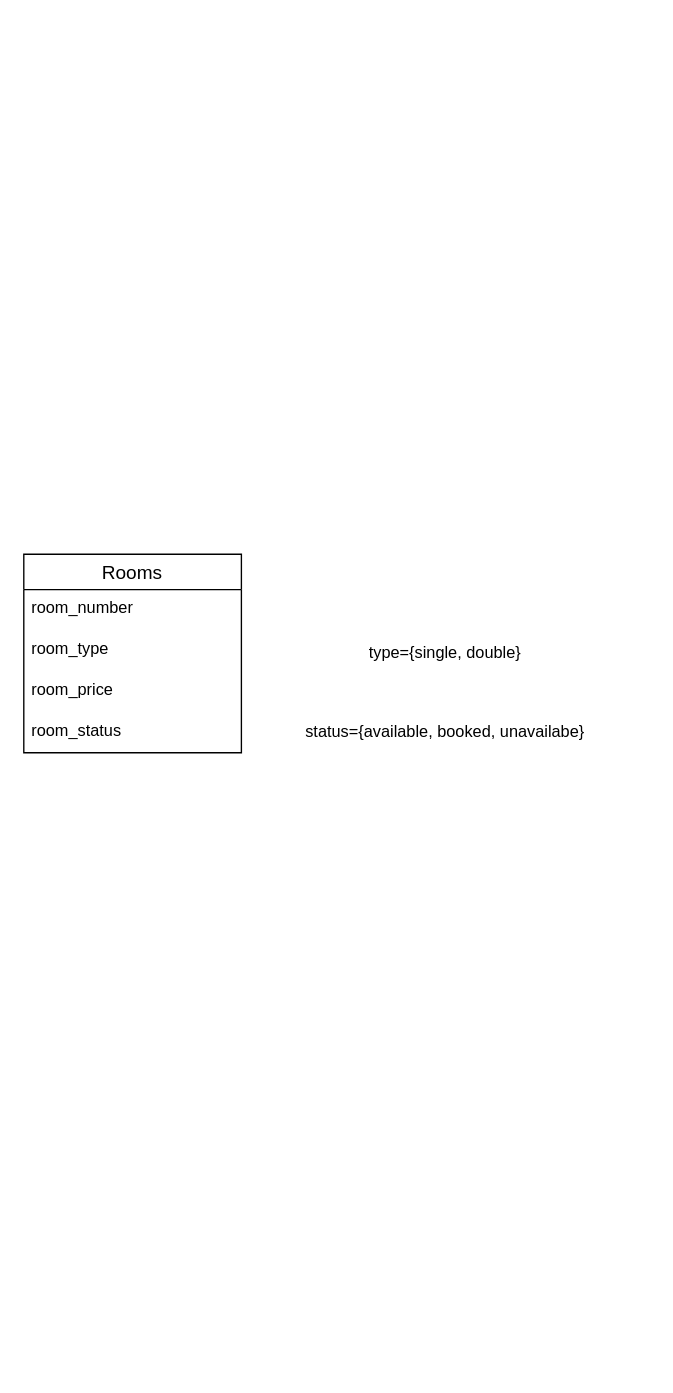
Before: er_dia/simple_booking.drawio in chillin9panda/Simple-Booking, a draw.io diagram. Source tidied: cells renumbered, new cells numbered last; positions are measured from the earlier drawing's top-left corner, leaving out a move shared by most shapes. Both pictures are drawn from the tidied source at 136%, with x=0, y=0 at pixel (23, 554).
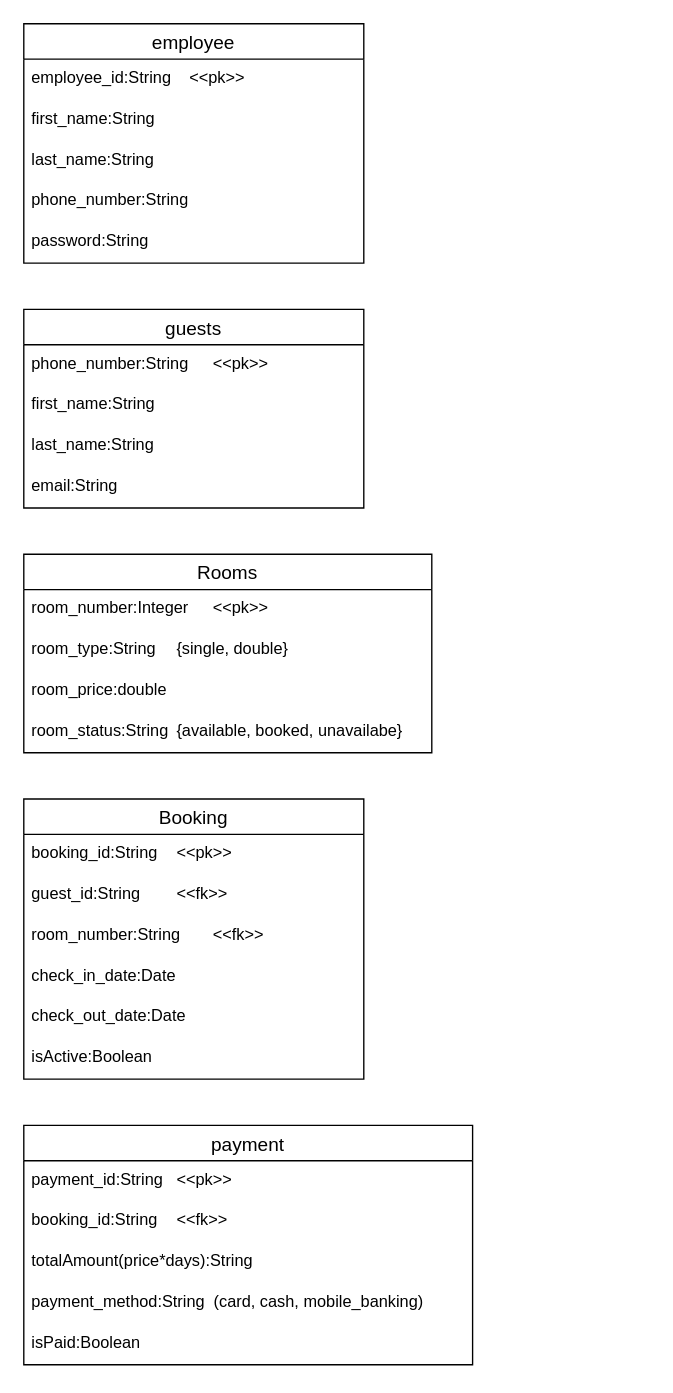
The same page after the edit.

Commit message (it also covers changes not shown here):
Added er diagrams for db tables

The edit, as a diff of the source:
```diff
@@
     <mxCell id="2" value="Rooms" style="swimlane;fontStyle=0;horizontal=1;startSize=26;align=center;fontSize=14;" parent="1" vertex="1">
-      <mxGeometry width="160" height="146" as="geometry" />
+      <mxGeometry width="300" height="146" as="geometry" />
     </mxCell>
-    <mxCell id="3" value="room_number" style="text;strokeColor=none;fillColor=none;spacingLeft=4;spacingRight=4;overflow=hidden;fontSize=12;whiteSpace=wrap;html=1;" parent="2" vertex="1">
-      <mxGeometry y="26" width="160" height="30" as="geometry" />
+    <mxCell id="3" value="room_number:Integer&lt;span style=&quot;white-space: pre;&quot;&gt;&#9;&lt;/span&gt;&amp;lt;&amp;lt;pk&amp;gt;&amp;gt;" style="text;strokeColor=none;fillColor=none;spacingLeft=4;spacingRight=4;overflow=hidden;fontSize=12;whiteSpace=wrap;html=1;" parent="2" vertex="1">
+      <mxGeometry y="26" width="300" height="30" as="geometry" />
     </mxCell>
-    <mxCell id="4" value="room_type" style="text;strokeColor=none;fillColor=none;spacingLeft=4;spacingRight=4;overflow=hidden;fontSize=12;whiteSpace=wrap;html=1;" parent="2" vertex="1">
-      <mxGeometry y="56" width="160" height="30" as="geometry" />
+    <mxCell id="4" value="room_type:String&lt;span style=&quot;white-space: pre;&quot;&gt;&#9;&lt;/span&gt;&lt;span style=&quot;text-align: center;&quot;&gt;{single, double}&lt;/span&gt;" style="text;strokeColor=none;fillColor=none;spacingLeft=4;spacingRight=4;overflow=hidden;fontSize=12;whiteSpace=wrap;html=1;" parent="2" vertex="1">
+      <mxGeometry y="56" width="300" height="30" as="geometry" />
     </mxCell>
-    <mxCell id="5" value="room_price" style="text;strokeColor=none;fillColor=none;spacingLeft=4;spacingRight=4;overflow=hidden;fontSize=12;whiteSpace=wrap;html=1;" parent="2" vertex="1">
-      <mxGeometry y="86" width="160" height="30" as="geometry" />
+    <mxCell id="5" value="room_price:double" style="text;strokeColor=none;fillColor=none;spacingLeft=4;spacingRight=4;overflow=hidden;fontSize=12;whiteSpace=wrap;html=1;" parent="2" vertex="1">
+      <mxGeometry y="86" width="300" height="30" as="geometry" />
     </mxCell>
-    <mxCell id="6" value="room_status" style="text;strokeColor=none;fillColor=none;spacingLeft=4;spacingRight=4;overflow=hidden;fontSize=12;whiteSpace=wrap;html=1;" parent="2" vertex="1">
-      <mxGeometry y="116" width="160" height="30" as="geometry" />
+    <mxCell id="6" value="room_status:String&lt;span style=&quot;white-space: pre;&quot;&gt;&#9;&lt;/span&gt;&lt;span style=&quot;text-align: center;&quot;&gt;{available, booked, unavailabe}&lt;/span&gt;" style="text;strokeColor=none;fillColor=none;spacingLeft=4;spacingRight=4;overflow=hidden;fontSize=12;whiteSpace=wrap;html=1;" parent="2" vertex="1">
+      <mxGeometry y="116" width="300" height="30" as="geometry" />
     </mxCell>
-    <mxCell id="7" value="status={available, booked, unavailabe}" style="text;html=1;align=center;verticalAlign=middle;whiteSpace=wrap;rounded=0;" parent="1" vertex="1">
-      <mxGeometry x="160" y="116" width="300" height="30" as="geometry" />
-    </mxCell>
-    <mxCell id="8" value="type={single, double}" style="text;html=1;align=center;verticalAlign=middle;whiteSpace=wrap;rounded=0;" parent="1" vertex="1">
-      <mxGeometry x="160" y="58" width="300" height="30" as="geometry" />
-    </mxCell>
+    <mxCell id="9" value="employee" style="swimlane;fontStyle=0;horizontal=1;startSize=26;align=center;fontSize=14;" parent="1" vertex="1">
+      <mxGeometry y="-390" width="250" height="176" as="geometry" />
+    </mxCell>
+    <mxCell id="10" value="employee_id:String&amp;nbsp; &amp;nbsp; &amp;lt;&amp;lt;pk&amp;gt;&amp;gt;" style="text;strokeColor=none;fillColor=none;spacingLeft=4;spacingRight=4;overflow=hidden;fontSize=12;whiteSpace=wrap;html=1;" parent="9" vertex="1">
+      <mxGeometry y="26" width="250" height="30" as="geometry" />
+    </mxCell>
+    <mxCell id="11" value="first_name:String" style="text;strokeColor=none;fillColor=none;spacingLeft=4;spacingRight=4;overflow=hidden;fontSize=12;whiteSpace=wrap;html=1;" parent="9" vertex="1">
+      <mxGeometry y="56" width="250" height="30" as="geometry" />
+    </mxCell>
+    <mxCell id="12" value="last_name:String" style="text;strokeColor=none;fillColor=none;spacingLeft=4;spacingRight=4;overflow=hidden;fontSize=12;whiteSpace=wrap;html=1;" parent="9" vertex="1">
+      <mxGeometry y="86" width="250" height="30" as="geometry" />
+    </mxCell>
+    <mxCell id="13" value="phone_number:String" style="text;strokeColor=none;fillColor=none;spacingLeft=4;spacingRight=4;overflow=hidden;fontSize=12;whiteSpace=wrap;html=1;" parent="9" vertex="1">
+      <mxGeometry y="116" width="250" height="30" as="geometry" />
+    </mxCell>
+    <mxCell id="14" value="password:String" style="text;strokeColor=none;fillColor=none;spacingLeft=4;spacingRight=4;overflow=hidden;fontSize=12;whiteSpace=wrap;html=1;" parent="9" vertex="1">
+      <mxGeometry y="146" width="250" height="30" as="geometry" />
+    </mxCell>
+    <mxCell id="15" value="guests" style="swimlane;fontStyle=0;horizontal=1;startSize=26;align=center;fontSize=14;" parent="1" vertex="1">
+      <mxGeometry y="-180" width="250" height="146" as="geometry" />
+    </mxCell>
+    <mxCell id="16" value="phone_number:String&lt;span style=&quot;white-space: pre;&quot;&gt;&#9;&lt;/span&gt;&amp;lt;&amp;lt;pk&amp;gt;&amp;gt;" style="text;strokeColor=none;fillColor=none;spacingLeft=4;spacingRight=4;overflow=hidden;fontSize=12;whiteSpace=wrap;html=1;" parent="15" vertex="1">
+      <mxGeometry y="26" width="250" height="30" as="geometry" />
+    </mxCell>
+    <mxCell id="17" value="first_name:String" style="text;strokeColor=none;fillColor=none;spacingLeft=4;spacingRight=4;overflow=hidden;fontSize=12;whiteSpace=wrap;html=1;" parent="15" vertex="1">
+      <mxGeometry y="56" width="250" height="30" as="geometry" />
+    </mxCell>
+    <mxCell id="18" value="last_name:String" style="text;strokeColor=none;fillColor=none;spacingLeft=4;spacingRight=4;overflow=hidden;fontSize=12;whiteSpace=wrap;html=1;" parent="15" vertex="1">
+      <mxGeometry y="86" width="250" height="30" as="geometry" />
+    </mxCell>
+    <mxCell id="19" value="email:String" style="text;strokeColor=none;fillColor=none;spacingLeft=4;spacingRight=4;overflow=hidden;fontSize=12;whiteSpace=wrap;html=1;" parent="15" vertex="1">
+      <mxGeometry y="116" width="250" height="30" as="geometry" />
+    </mxCell>
+    <mxCell id="20" value="Booking" style="swimlane;fontStyle=0;horizontal=1;startSize=26;align=center;fontSize=14;" parent="1" vertex="1">
+      <mxGeometry y="180" width="250" height="206" as="geometry" />
+    </mxCell>
+    <mxCell id="21" value="booking_id:String&lt;span style=&quot;white-space: pre;&quot;&gt;&#9;&lt;/span&gt;&amp;lt;&amp;lt;pk&amp;gt;&amp;gt;" style="text;strokeColor=none;fillColor=none;spacingLeft=4;spacingRight=4;overflow=hidden;fontSize=12;whiteSpace=wrap;html=1;" parent="20" vertex="1">
+      <mxGeometry y="26" width="250" height="30" as="geometry" />
+    </mxCell>
+    <mxCell id="22" value="guest_id:String&lt;span style=&quot;white-space: pre;&quot;&gt;&#9;&lt;/span&gt;&amp;lt;&amp;lt;fk&amp;gt;&amp;gt;" style="text;strokeColor=none;fillColor=none;spacingLeft=4;spacingRight=4;overflow=hidden;fontSize=12;whiteSpace=wrap;html=1;" parent="20" vertex="1">
+      <mxGeometry y="56" width="250" height="30" as="geometry" />
+    </mxCell>
+    <mxCell id="23" value="room_number:String&lt;span style=&quot;white-space: pre;&quot;&gt;&#9;&lt;/span&gt;&amp;lt;&amp;lt;fk&amp;gt;&amp;gt;" style="text;strokeColor=none;fillColor=none;spacingLeft=4;spacingRight=4;overflow=hidden;fontSize=12;whiteSpace=wrap;html=1;" parent="20" vertex="1">
+      <mxGeometry y="86" width="250" height="30" as="geometry" />
+    </mxCell>
+    <mxCell id="24" value="check_in_date:Date" style="text;strokeColor=none;fillColor=none;spacingLeft=4;spacingRight=4;overflow=hidden;fontSize=12;whiteSpace=wrap;html=1;" parent="20" vertex="1">
+      <mxGeometry y="116" width="250" height="30" as="geometry" />
+    </mxCell>
+    <mxCell id="25" value="check_out_date:Date" style="text;strokeColor=none;fillColor=none;spacingLeft=4;spacingRight=4;overflow=hidden;fontSize=12;whiteSpace=wrap;html=1;" parent="20" vertex="1">
+      <mxGeometry y="146" width="250" height="30" as="geometry" />
+    </mxCell>
+    <mxCell id="26" value="isActive:Boolean" style="text;strokeColor=none;fillColor=none;spacingLeft=4;spacingRight=4;overflow=hidden;fontSize=12;whiteSpace=wrap;html=1;" parent="20" vertex="1">
+      <mxGeometry y="176" width="250" height="30" as="geometry" />
+    </mxCell>
+    <mxCell id="27" value="payment" style="swimlane;fontStyle=0;horizontal=1;startSize=26;align=center;fontSize=14;" parent="1" vertex="1">
+      <mxGeometry y="420" width="330" height="176" as="geometry" />
+    </mxCell>
+    <mxCell id="28" value="payment_id:String&lt;span style=&quot;white-space: pre;&quot;&gt;&#9;&lt;/span&gt;&amp;lt;&amp;lt;pk&amp;gt;&amp;gt;" style="text;strokeColor=none;fillColor=none;spacingLeft=4;spacingRight=4;overflow=hidden;fontSize=12;whiteSpace=wrap;html=1;" parent="27" vertex="1">
+      <mxGeometry y="26" width="330" height="30" as="geometry" />
+    </mxCell>
+    <mxCell id="29" value="booking_id:String&lt;span style=&quot;white-space: pre;&quot;&gt;&#9;&lt;/span&gt;&amp;lt;&amp;lt;fk&amp;gt;&amp;gt;" style="text;strokeColor=none;fillColor=none;spacingLeft=4;spacingRight=4;overflow=hidden;fontSize=12;whiteSpace=wrap;html=1;" parent="27" vertex="1">
+      <mxGeometry y="56" width="330" height="30" as="geometry" />
+    </mxCell>
+    <mxCell id="30" value="totalAmount(price*days):String" style="text;strokeColor=none;fillColor=none;spacingLeft=4;spacingRight=4;overflow=hidden;fontSize=12;whiteSpace=wrap;html=1;" parent="27" vertex="1">
+      <mxGeometry y="86" width="330" height="30" as="geometry" />
+    </mxCell>
+    <mxCell id="31" value="payment_method:String&amp;nbsp; (card, cash, mobile_banking)" style="text;strokeColor=none;fillColor=none;spacingLeft=4;spacingRight=4;overflow=hidden;fontSize=12;whiteSpace=wrap;html=1;" parent="27" vertex="1">
+      <mxGeometry y="116" width="330" height="30" as="geometry" />
+    </mxCell>
+    <mxCell id="32" value="isPaid:Boolean" style="text;strokeColor=none;fillColor=none;spacingLeft=4;spacingRight=4;overflow=hidden;fontSize=12;whiteSpace=wrap;html=1;" parent="27" vertex="1">
+      <mxGeometry y="146" width="330" height="30" as="geometry" />
+    </mxCell>
```
